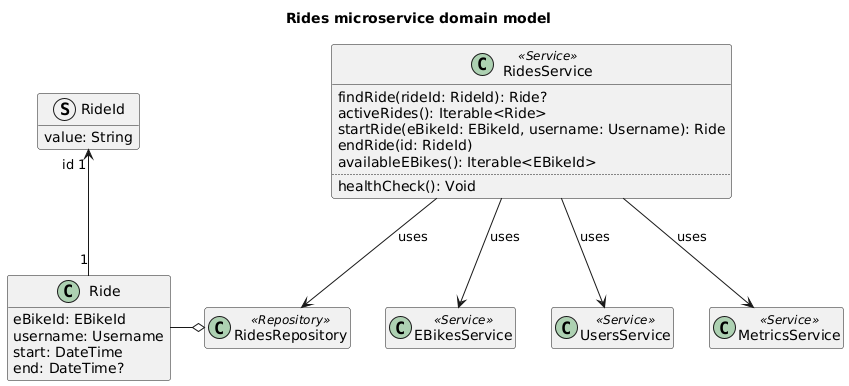
This is doc/diagrams/rides-microservice-domain-model.png from Ventus218/SAP-assignment-02, a PlantUML export, as it was before one commit.
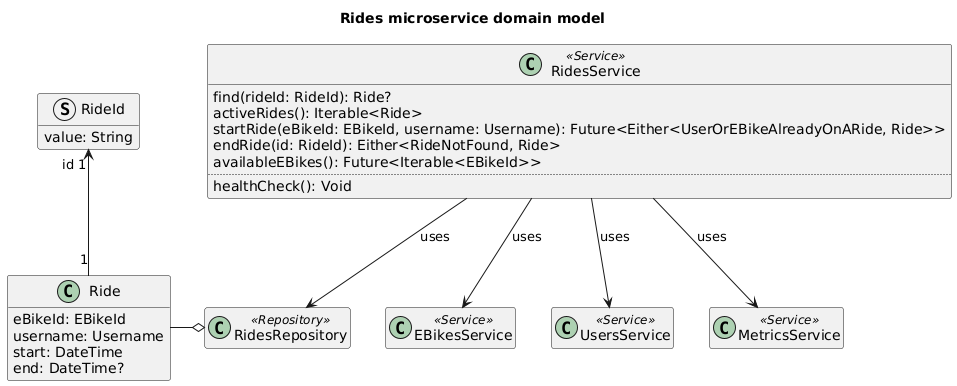
Later version of the same file.

Commit message:
Automatically generated PlantUML diagrams

Change to the diagram source:
```diff
@@ -17,11 +17,11 @@
 RidesRepository o-l- Ride
 
 class RidesService <<Service>> {
-    findRide(rideId: RideId): Ride?
+    find(rideId: RideId): Ride?
     activeRides(): Iterable<Ride>
-    startRide(eBikeId: EBikeId, username: Username): Ride
-    endRide(id: RideId)
-    availableEBikes(): Iterable<EBikeId>
+    startRide(eBikeId: EBikeId, username: Username): Future<Either<UserOrEBikeAlreadyOnARide, Ride>>
+    endRide(id: RideId): Either<RideNotFound, Ride>
+    availableEBikes(): Future<Iterable<EBikeId>>
     ..
     healthCheck(): Void
 }
```
